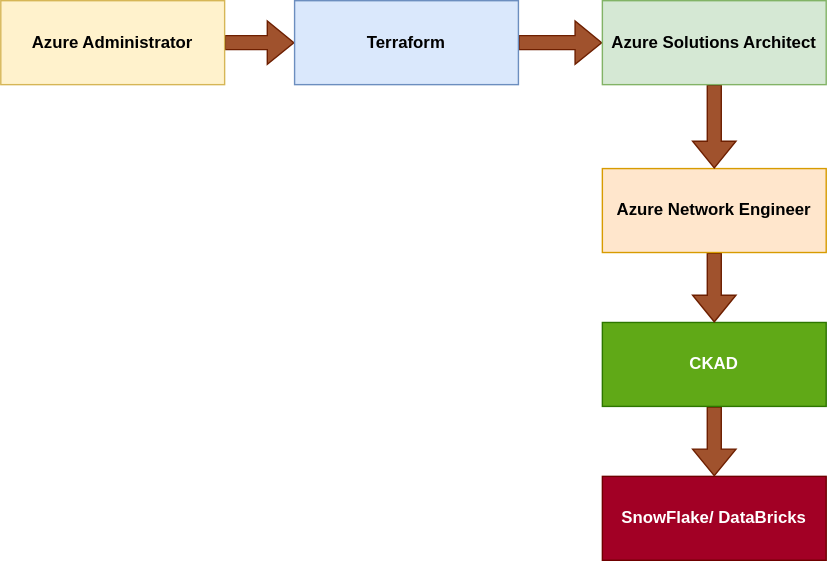
The draw.io diagram public/azure_cert.svg in cdgbabies/main-website-frontend, before a commit. Source tidied: cells renumbered, new cells last; positions are measured from the earlier drawing's top-left corner, leaving out a move shared by most shapes.
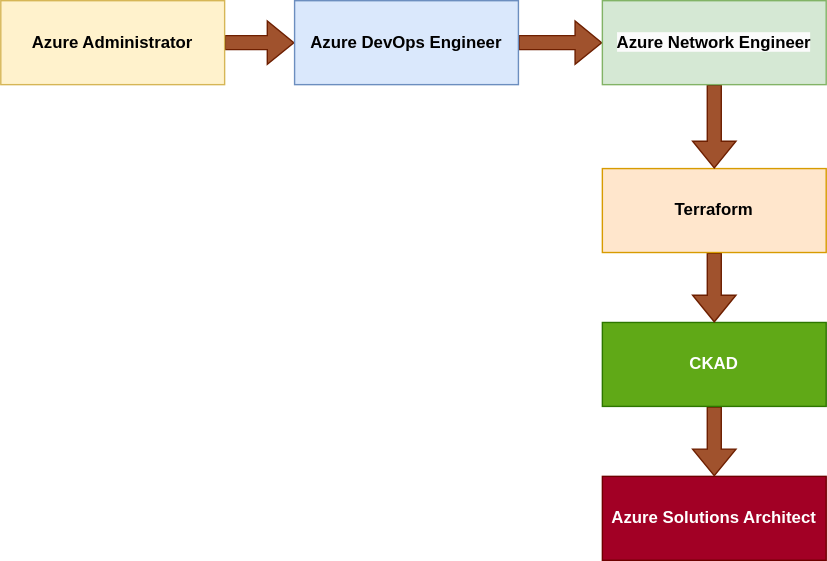
The same diagram one commit later.

Change to the diagram source:
```diff
@@ -8,7 +8,7 @@
     <mxCell id="3" value="Azure Administrator" style="rounded=0;whiteSpace=wrap;html=1;fontStyle=1;fillColor=#fff2cc;strokeColor=#d6b656;" parent="1" vertex="1">
       <mxGeometry width="160" height="60" as="geometry" />
     </mxCell>
-    <mxCell id="4" value="SnowFlake/ DataBricks" style="rounded=0;whiteSpace=wrap;html=1;fontStyle=1;fillColor=#a20025;fontColor=#ffffff;strokeColor=#6F0000;" parent="1" vertex="1">
+    <mxCell id="4" value="Azure Solutions Architect" style="rounded=0;whiteSpace=wrap;html=1;fontStyle=1;fillColor=#a20025;fontColor=#ffffff;strokeColor=#6F0000;" parent="1" vertex="1">
       <mxGeometry x="430" y="340" width="160" height="60" as="geometry" />
     </mxCell>
     <mxCell id="5" style="edgeStyle=orthogonalEdgeStyle;shape=flexArrow;rounded=0;jettySize=auto;html=1;fillColor=#a0522d;strokeColor=#6D1F00;" parent="1" edge="1" source="6" target="4">
@@ -20,19 +20,19 @@
     <mxCell id="7" style="edgeStyle=orthogonalEdgeStyle;shape=flexArrow;rounded=0;jettySize=auto;html=1;fillColor=#a0522d;strokeColor=#6D1F00;" parent="1" edge="1" source="8" target="6">
       <mxGeometry relative="1" as="geometry" />
     </mxCell>
-    <mxCell id="8" value="Azure Network Engineer" style="rounded=0;whiteSpace=wrap;html=1;fontStyle=1;fillColor=#ffe6cc;strokeColor=#d79b00;" parent="1" vertex="1">
+    <mxCell id="8" value="Terraform" style="rounded=0;whiteSpace=wrap;html=1;fontStyle=1;fillColor=#ffe6cc;strokeColor=#d79b00;" parent="1" vertex="1">
       <mxGeometry x="430" y="120" width="160" height="60" as="geometry" />
     </mxCell>
     <mxCell id="9" style="edgeStyle=orthogonalEdgeStyle;shape=flexArrow;rounded=0;jettySize=auto;html=1;fillColor=#a0522d;strokeColor=#6D1F00;" parent="1" edge="1" source="10" target="12">
       <mxGeometry relative="1" as="geometry" />
     </mxCell>
-    <mxCell id="10" value="Terraform" style="rounded=0;whiteSpace=wrap;html=1;fontStyle=1;fillColor=#dae8fc;strokeColor=#6c8ebf;" parent="1" vertex="1">
+    <mxCell id="10" value="Azure DevOps Engineer" style="rounded=0;whiteSpace=wrap;html=1;fontStyle=1;fillColor=#dae8fc;strokeColor=#6c8ebf;" parent="1" vertex="1">
       <mxGeometry x="210" width="160" height="60" as="geometry" />
     </mxCell>
     <mxCell id="11" style="edgeStyle=orthogonalEdgeStyle;shape=flexArrow;rounded=0;jettySize=auto;html=1;fillColor=#a0522d;strokeColor=#6D1F00;" parent="1" edge="1" source="12" target="8">
       <mxGeometry relative="1" as="geometry" />
     </mxCell>
-    <mxCell id="12" value="Azure Solutions Architect" style="rounded=0;whiteSpace=wrap;html=1;fontStyle=1;fillColor=#d5e8d4;strokeColor=#82b366;" parent="1" vertex="1">
+    <mxCell id="12" value="&lt;meta charset=&quot;utf-8&quot;&gt;&lt;span style=&quot;color: rgb(0, 0, 0); font-family: Helvetica; font-size: 12px; font-style: normal; font-variant-ligatures: normal; font-variant-caps: normal; font-weight: 700; letter-spacing: normal; orphans: 2; text-align: center; text-indent: 0px; text-transform: none; widows: 2; word-spacing: 0px; -webkit-text-stroke-width: 0px; background-color: rgb(251, 251, 251); text-decoration-thickness: initial; text-decoration-style: initial; text-decoration-color: initial; float: none; display: inline !important;&quot;&gt;Azure Network Engineer&lt;/span&gt;" style="rounded=0;whiteSpace=wrap;html=1;fontStyle=1;fillColor=#d5e8d4;strokeColor=#82b366;" parent="1" vertex="1">
       <mxGeometry x="430" width="160" height="60" as="geometry" />
     </mxCell>
   </root>
```
